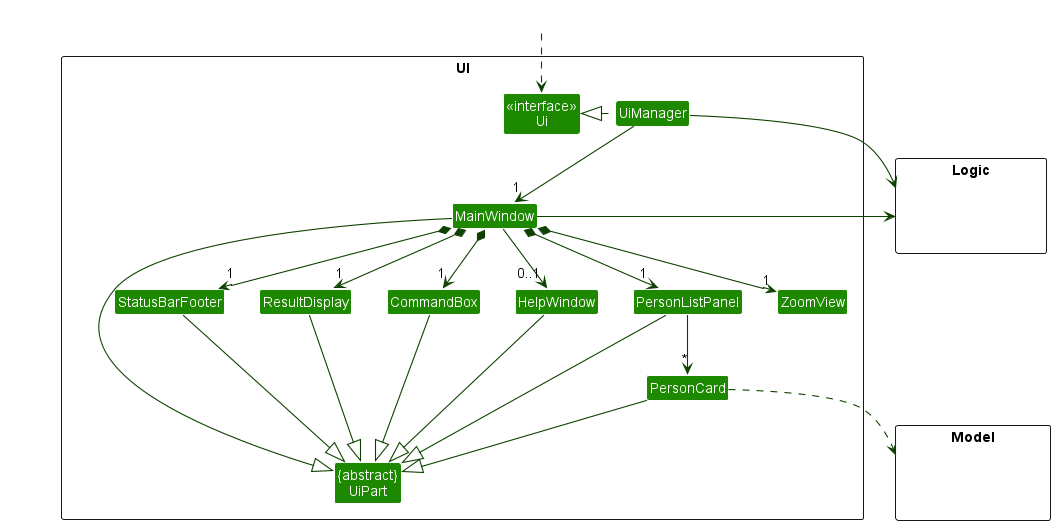
nus-cs2103-AY2223S2/tp keeps this PlantUML diagram as docs/images/UiClassDiagram.png. Above is the earlier version.
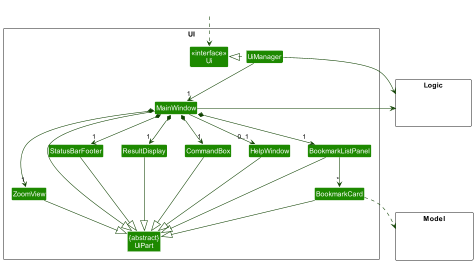
After the commit.

Commit message:
update Ui class diagram

What changed in the source:
```diff
@@ -11,8 +11,8 @@
 Class MainWindow
 Class HelpWindow
 Class ResultDisplay
-Class PersonListPanel
-Class PersonCard
+Class BookmarkListPanel
+Class BookmarkCard
 Class StatusBarFooter
 Class CommandBox
 Class ZoomView
@@ -31,30 +31,32 @@
 
 UiManager .left.|> Ui
 UiManager -down-> "1" MainWindow
+MainWindow *-> "1" ZoomView
 MainWindow *-down->  "1" CommandBox
 MainWindow *-down-> "1" ResultDisplay
-MainWindow *-down-> "1" PersonListPanel
+MainWindow *-down-> "1" BookmarkListPanel
 MainWindow *-down-> "1" StatusBarFooter
-MainWindow *-down-> "1" ZoomView
+
 MainWindow --> "0..1" HelpWindow
 
 
-PersonListPanel -down-> "*" PersonCard
+BookmarkListPanel -down-> "*" BookmarkCard
 
 MainWindow -left-|> UiPart
 
 ResultDisplay --|> UiPart
 CommandBox --|> UiPart
-PersonListPanel --|> UiPart
-PersonCard --|> UiPart
+BookmarkListPanel --|> UiPart
+BookmarkCard --|> UiPart
 StatusBarFooter --|> UiPart
 HelpWindow --|> UiPart
+ZoomView --|> UiPart
 
-PersonCard ..> Model
+BookmarkCard ..> Model
 UiManager -right-> Logic
 MainWindow -left-> Logic
 
-PersonListPanel -[hidden]left- HelpWindow
+BookmarkListPanel -[hidden]left- HelpWindow
 HelpWindow -[hidden]left- CommandBox
 CommandBox -[hidden]left- ResultDisplay
 ResultDisplay -[hidden]left- StatusBarFooter
```
